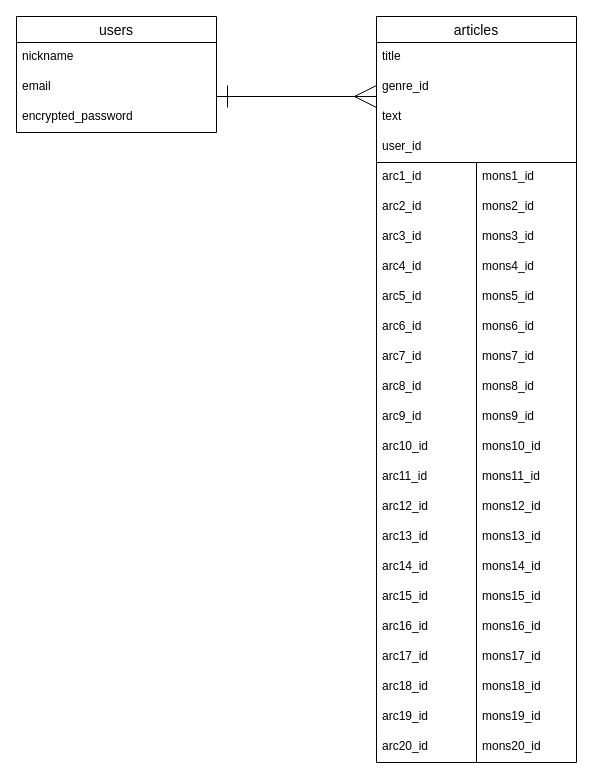
The draw.io diagram ER.dio in murataholic/tarot_deck, before the edit. Source tidied: cells renumbered, new cells numbered last; positions are measured from the earlier drawing's top-left corner, leaving out a move shared by most shapes. Both pictures are drawn from the tidied source at 100%, with x=0, y=0 at pixel (16, 16).
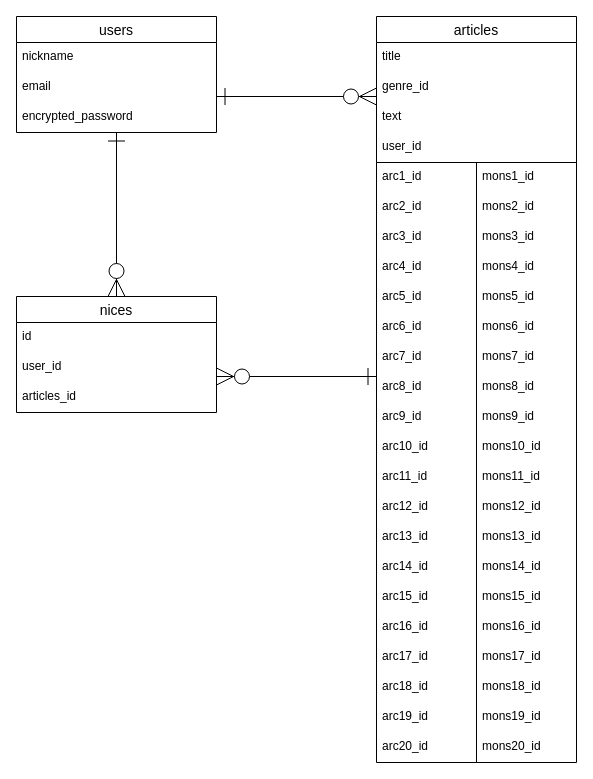
Above is the later version.

Commit message (it also covers changes not shown here):
ER図・画面遷移図・READMEの修正

Unchanged cells that the change refers to:
```xml
<mxCell id="2" value="users" style="swimlane;fontStyle=0;horizontal=1;startSize=26;align=center;fontSize=14;" parent="1" vertex="1">
  <mxGeometry width="200" height="116" as="geometry" />
</mxCell>
```

Change to the diagram source:
```diff
@@
-    <mxCell id="11" style="edgeStyle=orthogonalEdgeStyle;rounded=0;orthogonalLoop=1;jettySize=auto;html=1;endArrow=ERmany;endFill=0;endSize=20;startArrow=ERone;startFill=0;startSize=20;" parent="1" edge="1">
+    <mxCell id="11" style="edgeStyle=orthogonalEdgeStyle;rounded=0;orthogonalLoop=1;jettySize=auto;html=1;endArrow=ERzeroToMany;endFill=1;endSize=15;startArrow=ERone;startFill=0;startSize=15;" parent="1" edge="1">
       <mxGeometry relative="1" as="geometry">
         <mxPoint x="200" y="80" as="sourcePoint" />
         <mxPoint x="360" y="80" as="targetPoint" />
       </mxGeometry>
     </mxCell>
@@
+    <mxCell id="54" style="edgeStyle=orthogonalEdgeStyle;rounded=0;jettySize=auto;html=1;exitX=0.5;exitY=0;exitDx=0;exitDy=0;startArrow=ERzeroToMany;startFill=1;endArrow=ERone;endFill=0;strokeWidth=1;endSize=15;startSize=15;" parent="1" edge="1" source="55" target="2">
+      <mxGeometry relative="1" as="geometry" />
+    </mxCell>
+    <mxCell id="55" value="nices" style="swimlane;fontStyle=0;horizontal=1;startSize=26;align=center;fontSize=14;" parent="1" vertex="1">
+      <mxGeometry y="280" width="200" height="116" as="geometry" />
+    </mxCell>
+    <mxCell id="56" value="id" style="text;strokeColor=none;fillColor=none;spacingLeft=4;spacingRight=4;overflow=hidden;fontSize=12;" parent="55" vertex="1">
+      <mxGeometry y="26" width="200" height="30" as="geometry" />
+    </mxCell>
+    <mxCell id="57" value="user_id" style="text;strokeColor=none;fillColor=none;spacingLeft=4;spacingRight=4;overflow=hidden;fontSize=12;" parent="55" vertex="1">
+      <mxGeometry y="56" width="200" height="30" as="geometry" />
+    </mxCell>
+    <mxCell id="58" value="articles_id" style="text;strokeColor=none;fillColor=none;spacingLeft=4;spacingRight=4;overflow=hidden;fontSize=12;" parent="55" vertex="1">
+      <mxGeometry y="86" width="200" height="30" as="geometry" />
+    </mxCell>
+    <mxCell id="59" style="edgeStyle=orthogonalEdgeStyle;rounded=0;orthogonalLoop=1;jettySize=auto;html=1;endArrow=ERone;endFill=0;endSize=15;startArrow=ERzeroToMany;startFill=1;startSize=15;" parent="1" edge="1">
+      <mxGeometry relative="1" as="geometry">
+        <mxPoint x="200" y="360" as="sourcePoint" />
+        <mxPoint x="360" y="360" as="targetPoint" />
+      </mxGeometry>
+    </mxCell>
```
